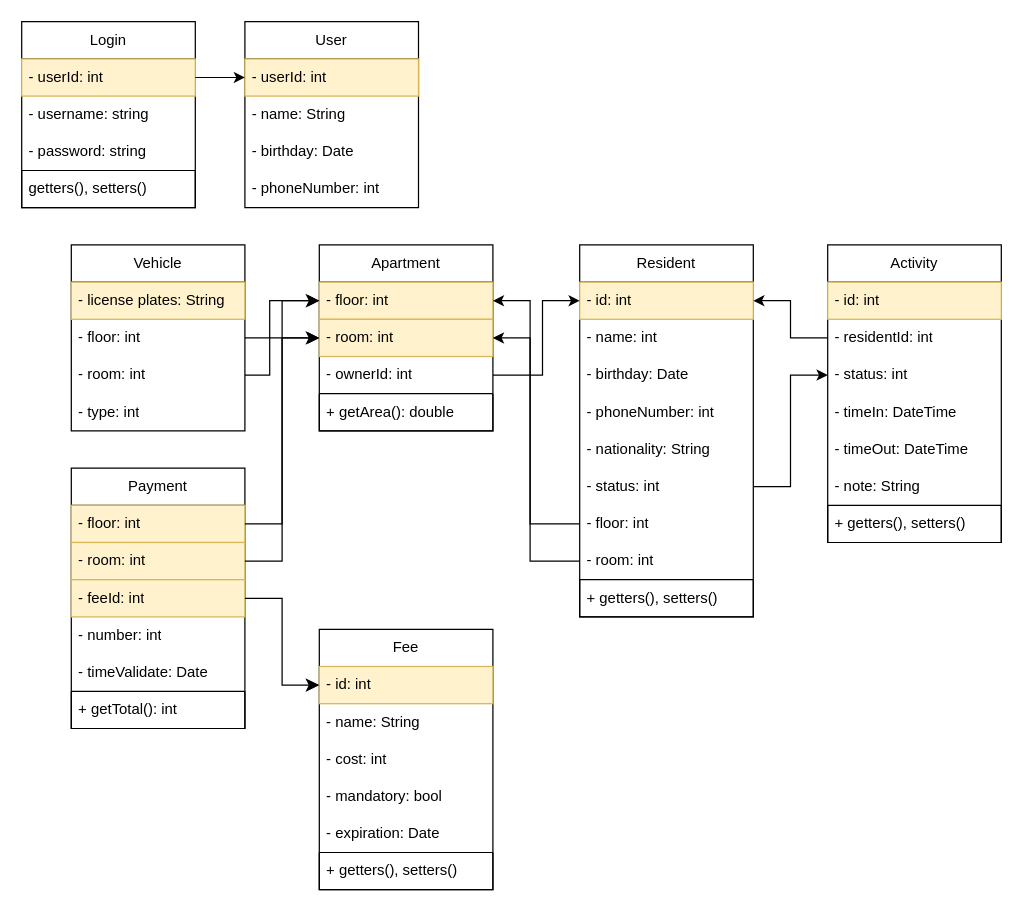
Earlier version of the draw.io diagram sqlChart.drawio (liguang612/ApartmentManagement). Source tidied: cells renumbered, new cells numbered last; positions are measured from the earlier drawing's top-left corner, leaving out a move shared by most shapes. Both pictures are drawn from the tidied source at 124%, with x=0, y=0 at pixel (21, 21).
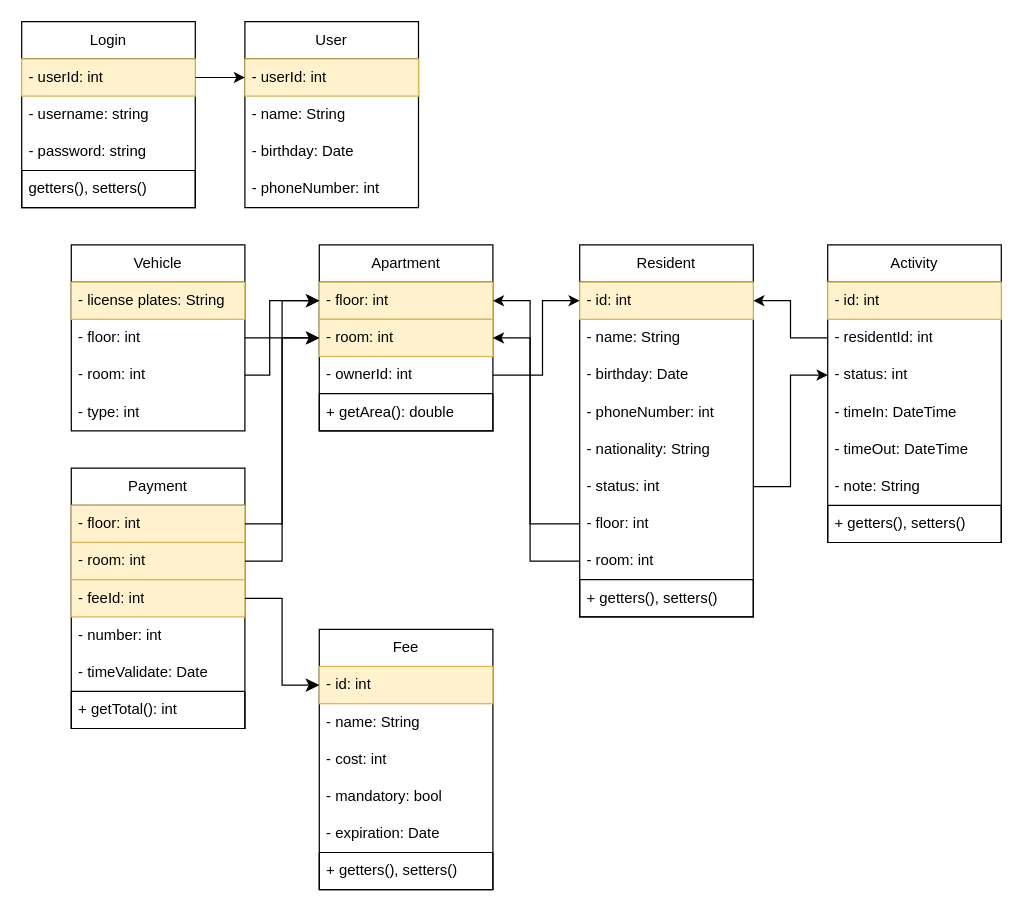
Above is the later version.

The change refers to these unchanged cells:
```xml
<mxCell id="20" value="Resident" style="swimlane;fontStyle=0;horizontal=1;startSize=30;whiteSpace=wrap;html=1;" parent="1" vertex="1">
  <mxGeometry x="450" y="180" width="140" height="300" as="geometry" />
</mxCell>
```

What changed in the source:
```diff
@@
-    <mxCell id="22" value="- name: int" style="text;strokeColor=none;fillColor=none;align=left;verticalAlign=middle;spacingLeft=4;spacingRight=4;overflow=hidden;whiteSpace=wrap;html=1;" parent="20" vertex="1">
+    <mxCell id="22" value="- name: String" style="text;strokeColor=none;fillColor=none;align=left;verticalAlign=middle;spacingLeft=4;spacingRight=4;overflow=hidden;whiteSpace=wrap;html=1;" parent="20" vertex="1">
       <mxGeometry y="60" width="140" height="30" as="geometry" />
     </mxCell>
```
